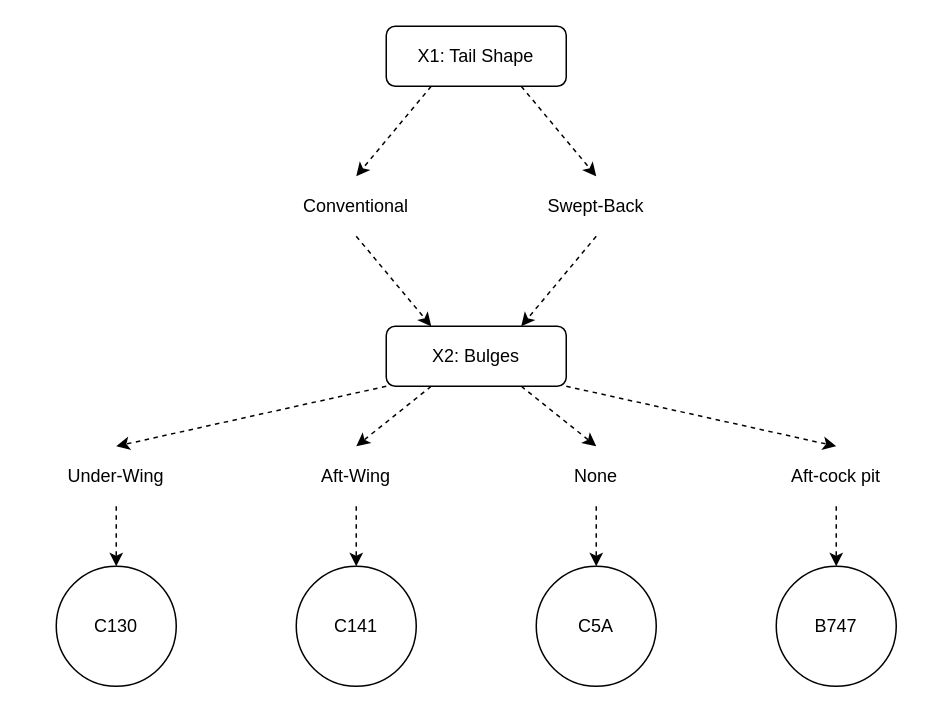
Earlier version of the draw.io diagram T2/Expert systems/Assignment/Assignment 01.drawio (0x13v/OI_4CS). Source tidied: cells renumbered, new cells numbered last; positions are measured from the earlier drawing's top-left corner, leaving out a move shared by most shapes. Both pictures are drawn from the tidied source at 150%, with x=0, y=0 at pixel (26, 26).
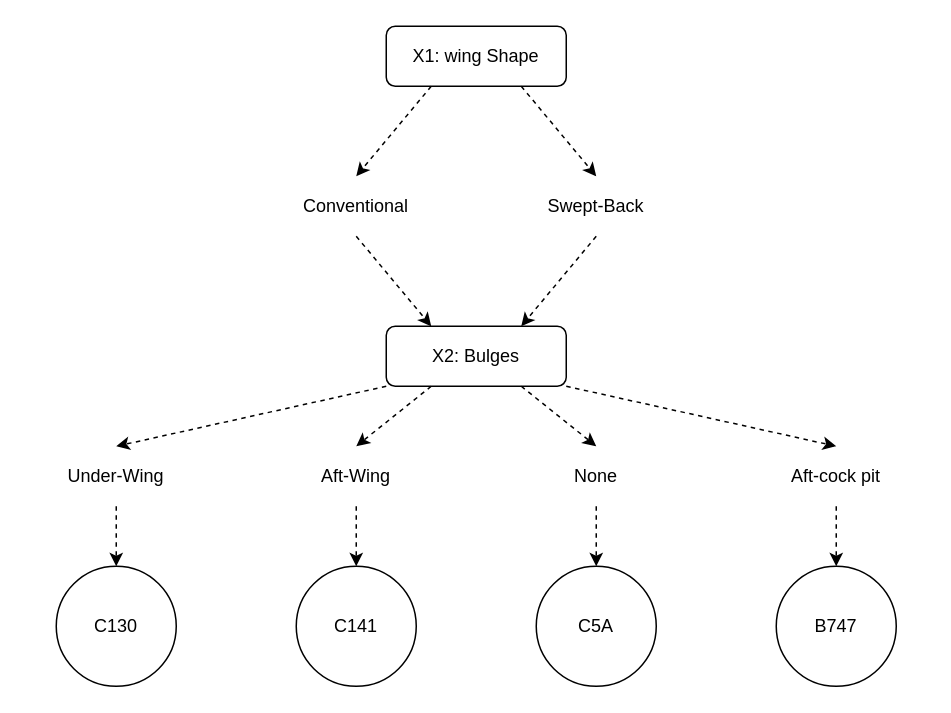
After the change.

The edit, as a diff of the source:
```diff
@@
-    <mxCell id="2" value="X1: Tail Shape" style="rounded=1;whiteSpace=wrap;html=1;" parent="1" vertex="1">
+    <mxCell id="2" value="X1: wing Shape" style="rounded=1;whiteSpace=wrap;html=1;" parent="1" vertex="1">
       <mxGeometry x="240" width="120" height="40" as="geometry" />
     </mxCell>
```
